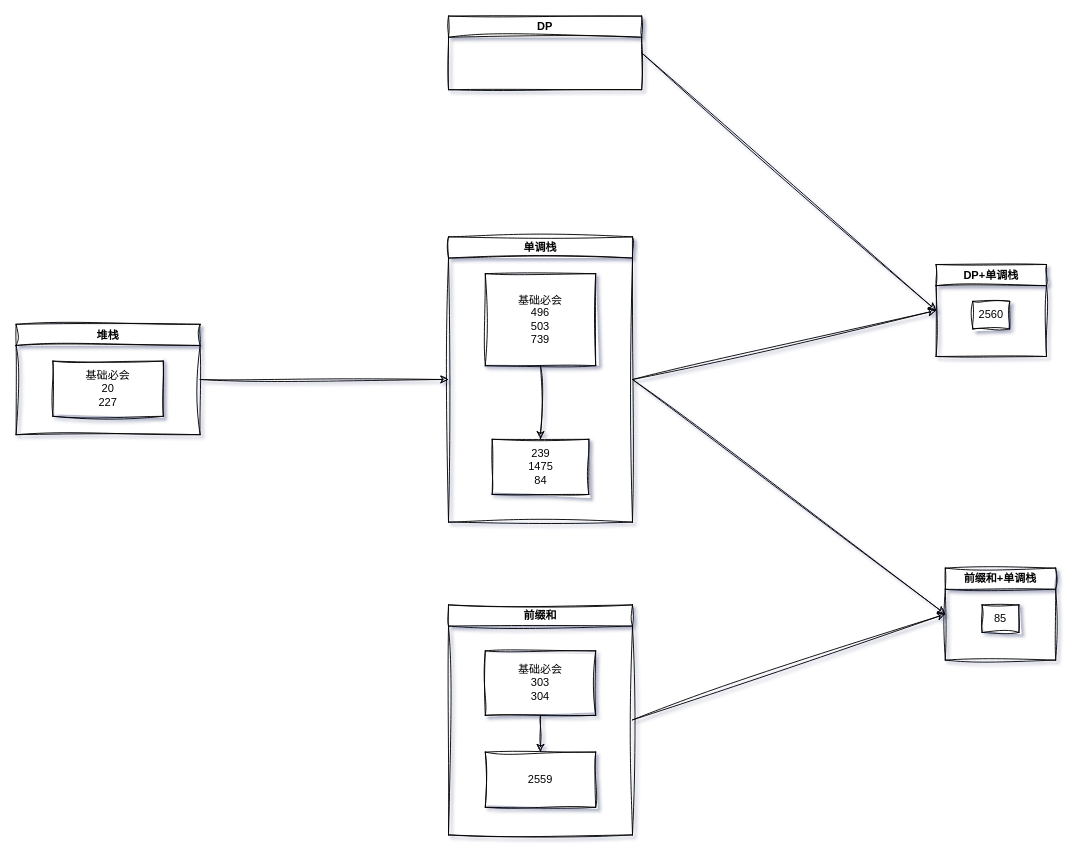
This is 按图索骥.drawio from jssonx/algo-playground, a draw.io file, before an edit. Source tidied: cells renumbered, new cells numbered last; positions are measured from the earlier drawing's top-left corner, leaving out a move shared by most shapes. Both pictures are drawn from the tidied source at 92%, with x=0, y=0 at pixel (16, 16).
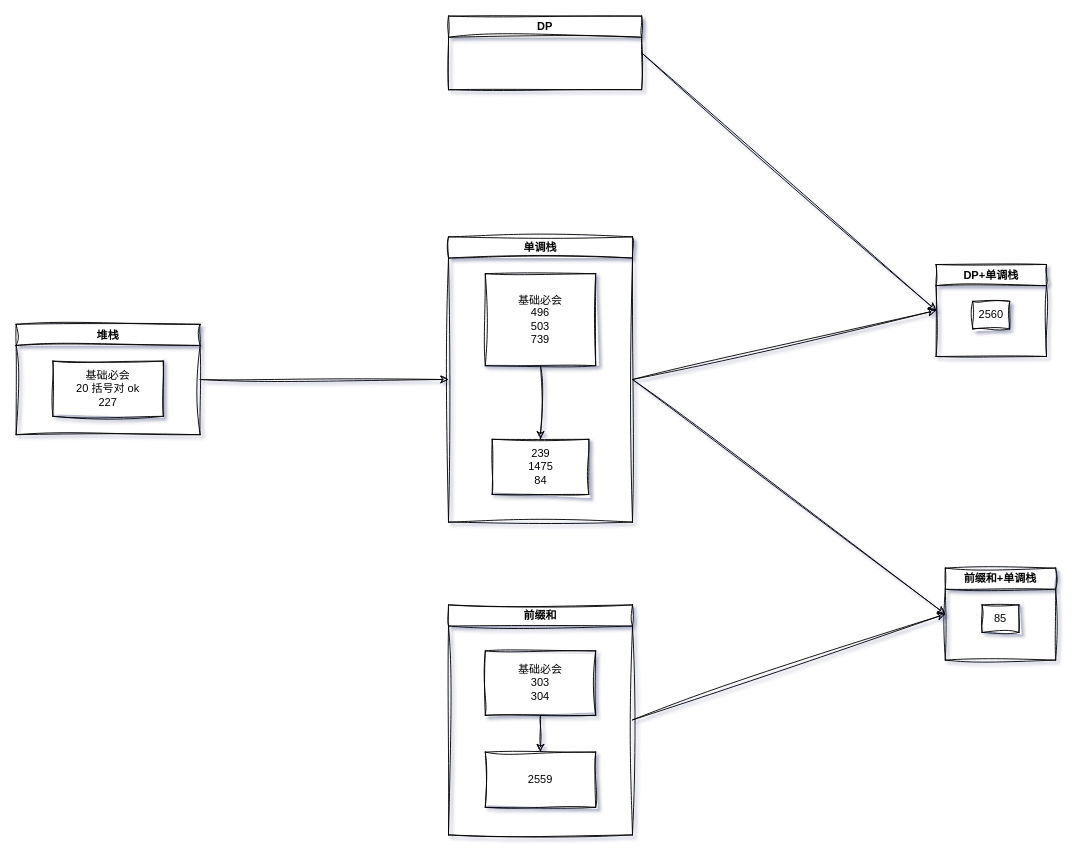
The same diagram, later.

Unchanged cells that the change refers to:
```xml
<mxCell id="20" value="堆栈" style="swimlane;whiteSpace=wrap;html=1;rounded=0;sketch=1;curveFitting=1;jiggle=2;" parent="1" vertex="1">
  <mxGeometry y="335" width="200" height="120" as="geometry" />
</mxCell>
```

The edit, as a diff of the source:
```diff
@@
-    <mxCell id="21" value="基础必会&lt;br&gt;20&lt;br&gt;227" style="whiteSpace=wrap;html=1;rounded=0;sketch=1;curveFitting=1;jiggle=2;" parent="20" vertex="1">
+    <mxCell id="21" value="基础必会&lt;br&gt;20 括号对 ok&lt;br&gt;227" style="whiteSpace=wrap;html=1;rounded=0;sketch=1;curveFitting=1;jiggle=2;" parent="20" vertex="1">
       <mxGeometry x="40" y="40" width="120" height="60" as="geometry" />
     </mxCell>
```
